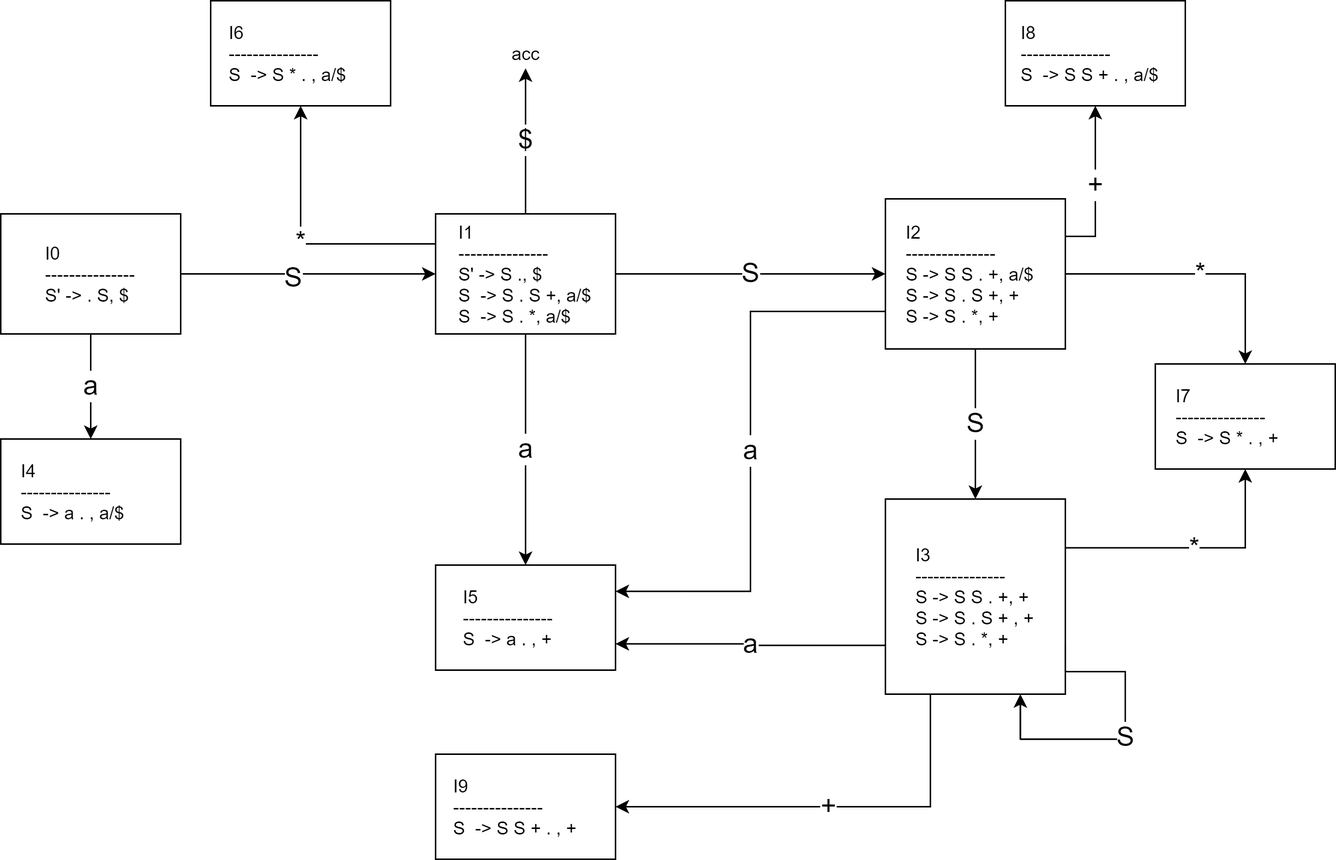
Earlier version of the draw.io export docs/hw/hw_04_03.assets/comp0403-ex2-lalr.png (chuan-325/comp-21sp). Source tidied: cells renumbered, new cells last; positions are measured from the earlier drawing's top-left corner, leaving out a move shared by most shapes.
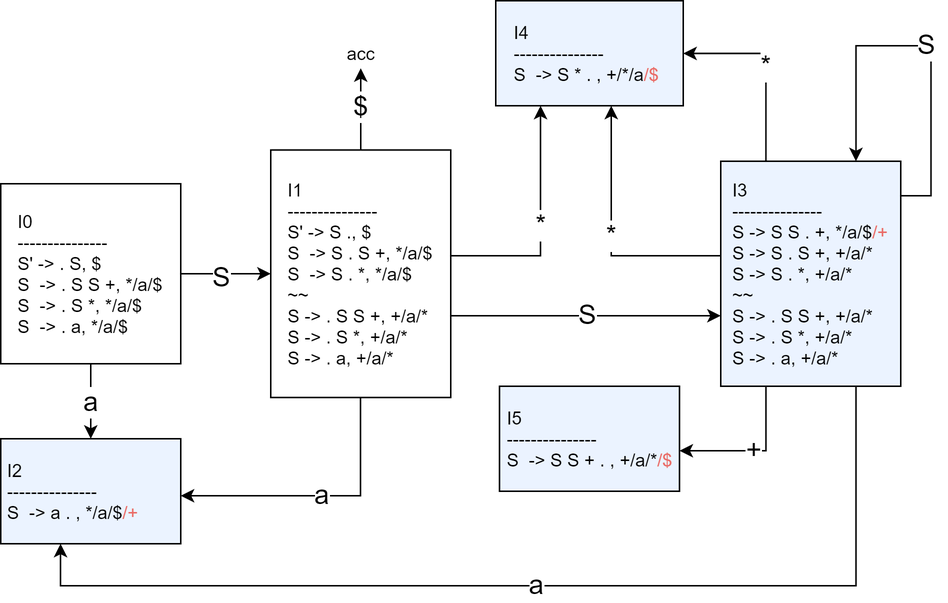
After the change.

What changed in the source:
```diff
@@ -1,95 +1,99 @@
 <mxGraphModel>
   <root>
-    <mxCell id="0" />
-    <mxCell id="1" parent="0" />
-    <mxCell id="2" value="&lt;font style=&quot;font-size: 18px&quot;&gt;a&lt;/font&gt;" style="edgeStyle=orthogonalEdgeStyle;rounded=0;jettySize=auto;html=1;" parent="1" edge="1" source="3" target="4">
-      <mxGeometry relative="1" as="geometry" />
-    </mxCell>
-    <mxCell id="3" value="&lt;div style=&quot;text-align: left&quot;&gt;&lt;span&gt;I0&lt;/span&gt;&lt;/div&gt;&lt;div style=&quot;text-align: left&quot;&gt;&lt;span&gt;---------------&lt;/span&gt;&lt;/div&gt;&lt;div style=&quot;text-align: left&quot;&gt;&lt;span&gt;&lt;div&gt;S' -&amp;gt; . S, $&lt;/div&gt;&lt;/span&gt;&lt;/div&gt;" style="rounded=0;whiteSpace=wrap;html=1;" parent="1" vertex="1">
-      <mxGeometry y="142" width="120" height="80" as="geometry" />
-    </mxCell>
-    <mxCell id="4" value="&lt;div style=&quot;text-align: left&quot;&gt;&lt;span&gt;I4&lt;/span&gt;&lt;/div&gt;&lt;div style=&quot;text-align: left&quot;&gt;&lt;span&gt;---------------&lt;/span&gt;&lt;/div&gt;&lt;div style=&quot;text-align: left&quot;&gt;&lt;span&gt;&lt;div&gt;&lt;span&gt;S&amp;nbsp; -&amp;gt; a . , a/$&amp;nbsp; &amp;nbsp; &amp;nbsp; &amp;nbsp;&lt;/span&gt;&lt;/div&gt;&lt;/span&gt;&lt;/div&gt;" style="rounded=0;whiteSpace=wrap;html=1;" parent="1" vertex="1">
-      <mxGeometry y="292" width="120" height="70" as="geometry" />
-    </mxCell>
+    <mxCell id="28" />
+    <mxCell id="29" parent="28" />
+    <mxCell id="30" value="&lt;font style=&quot;font-size: 18px&quot;&gt;a&lt;/font&gt;" style="edgeStyle=orthogonalEdgeStyle;rounded=0;jettySize=auto;html=1;" parent="29" edge="1" source="31" target="32">
+      <mxGeometry relative="1" as="geometry" />
+    </mxCell>
+    <mxCell id="31" value="&lt;div style=&quot;text-align: left&quot;&gt;&lt;span&gt;I0&lt;/span&gt;&lt;/div&gt;&lt;div style=&quot;text-align: left&quot;&gt;&lt;span&gt;---------------&lt;/span&gt;&lt;/div&gt;&lt;div style=&quot;text-align: left&quot;&gt;&lt;span&gt;&lt;div&gt;S' -&amp;gt; . S, $&lt;/div&gt;&lt;div&gt;S&amp;nbsp; -&amp;gt; . S S +, */a/$&lt;/div&gt;&lt;div&gt;S&amp;nbsp; -&amp;gt; . S *, */a/$&lt;/div&gt;&lt;div&gt;S&amp;nbsp; -&amp;gt; . a, */a/$&lt;/div&gt;&lt;/span&gt;&lt;/div&gt;" style="rounded=0;whiteSpace=wrap;html=1;" parent="29" vertex="1">
+      <mxGeometry x="110" y="122" width="120" height="120" as="geometry" />
+    </mxCell>
+    <mxCell id="32" value="&lt;div style=&quot;text-align: left&quot;&gt;&lt;span&gt;I2&lt;/span&gt;&lt;/div&gt;&lt;div style=&quot;text-align: left&quot;&gt;&lt;span&gt;---------------&lt;/span&gt;&lt;/div&gt;&lt;div style=&quot;text-align: left&quot;&gt;&lt;span&gt;&lt;div&gt;S&amp;nbsp; -&amp;gt; a . , */a/$&lt;font color=&quot;#ea6b66&quot;&gt;/+&lt;/font&gt;&amp;nbsp; &amp;nbsp; &amp;nbsp; &amp;nbsp;&lt;/div&gt;&lt;/span&gt;&lt;/div&gt;" style="rounded=0;whiteSpace=wrap;html=1;fillColor=#EBF3FF;" parent="29" vertex="1">
+      <mxGeometry x="110" y="292" width="120" height="70" as="geometry" />
+    </mxCell>
-    <mxCell id="5" value="&lt;font style=&quot;font-size: 18px&quot;&gt;$&lt;/font&gt;" style="edgeStyle=orthogonalEdgeStyle;rounded=0;jettySize=auto;html=1;" parent="1" edge="1" source="9" target="12">
+    <mxCell id="5" value="&lt;font style=&quot;font-size: 18px&quot;&gt;$&lt;/font&gt;" style="edgeStyle=orthogonalEdgeStyle;rounded=0;jettySize=auto;html=1;" parent="29" edge="1" source="36" target="12">
       <mxGeometry relative="1" as="geometry" />
     </mxCell>
-    <mxCell id="6" value="&lt;font style=&quot;font-size: 18px&quot;&gt;S&lt;/font&gt;" style="edgeStyle=orthogonalEdgeStyle;rounded=0;jettySize=auto;html=1;" parent="1" edge="1" source="9" target="17">
-      <mxGeometry relative="1" as="geometry" />
-    </mxCell>
-    <mxCell id="7" value="&lt;font style=&quot;font-size: 18px&quot;&gt;a&lt;/font&gt;" style="edgeStyle=orthogonalEdgeStyle;rounded=0;jettySize=auto;html=1;" parent="1" edge="1" source="9" target="23">
-      <mxGeometry relative="1" as="geometry" />
-    </mxCell>
-    <mxCell id="8" value="&lt;font style=&quot;font-size: 18px&quot;&gt;*&lt;/font&gt;" style="edgeStyle=orthogonalEdgeStyle;rounded=0;jettySize=auto;html=1;exitX=0;exitY=0.25;exitDx=0;exitDy=0;" parent="1" edge="1" source="9" target="24">
-      <mxGeometry relative="1" as="geometry" />
-    </mxCell>
-    <mxCell id="9" value="&lt;div style=&quot;text-align: left&quot;&gt;&lt;span&gt;I1&lt;/span&gt;&lt;/div&gt;&lt;div style=&quot;text-align: left&quot;&gt;&lt;span&gt;---------------&lt;/span&gt;&lt;/div&gt;&lt;div style=&quot;text-align: left&quot;&gt;&lt;span&gt;&lt;div&gt;S' -&amp;gt; S ., $&lt;/div&gt;&lt;div&gt;S&amp;nbsp; -&amp;gt; S . S +, a/$&lt;/div&gt;&lt;div&gt;S&amp;nbsp; -&amp;gt; S . *, a/$&lt;/div&gt;&lt;/span&gt;&lt;/div&gt;" style="rounded=0;whiteSpace=wrap;html=1;" parent="1" vertex="1">
-      <mxGeometry x="290" y="142" width="120" height="80" as="geometry" />
-    </mxCell>
-    <mxCell id="10" style="edgeStyle=orthogonalEdgeStyle;rounded=0;jettySize=auto;html=1;exitX=1;exitY=0.5;exitDx=0;exitDy=0;entryX=0;entryY=0.5;entryDx=0;entryDy=0;" parent="1" edge="1" source="3" target="9">
-      <mxGeometry relative="1" as="geometry" />
-    </mxCell>
+    <mxCell id="33" value="&lt;font style=&quot;font-size: 18px&quot;&gt;S&lt;/font&gt;" style="edgeStyle=orthogonalEdgeStyle;rounded=0;jettySize=auto;html=1;" parent="29" edge="1" source="36" target="40">
+      <mxGeometry relative="1" as="geometry">
+        <Array as="points">
+          <mxPoint x="490" y="210" />
+          <mxPoint x="490" y="210" />
+        </Array>
+      </mxGeometry>
+    </mxCell>
+    <mxCell id="34" value="&lt;font style=&quot;font-size: 18px&quot;&gt;a&lt;/font&gt;" style="edgeStyle=orthogonalEdgeStyle;rounded=0;jettySize=auto;html=1;" parent="29" edge="1" source="36" target="32">
+      <mxGeometry relative="1" as="geometry">
+        <Array as="points">
+          <mxPoint x="350" y="330" />
+        </Array>
+      </mxGeometry>
+    </mxCell>
+    <mxCell id="35" value="&lt;font style=&quot;font-size: 18px&quot;&gt;*&lt;/font&gt;" style="edgeStyle=orthogonalEdgeStyle;rounded=0;jettySize=auto;html=1;" parent="29" edge="1" source="36" target="44">
+      <mxGeometry relative="1" as="geometry">
+        <Array as="points">
+          <mxPoint x="470" y="170" />
+        </Array>
+      </mxGeometry>
+    </mxCell>
+    <mxCell id="36" value="&lt;div style=&quot;text-align: left&quot;&gt;&lt;span&gt;I1&lt;/span&gt;&lt;/div&gt;&lt;div style=&quot;text-align: left&quot;&gt;&lt;span&gt;---------------&lt;/span&gt;&lt;/div&gt;&lt;div style=&quot;text-align: left&quot;&gt;&lt;span&gt;&lt;div&gt;S' -&amp;gt; S ., $&lt;/div&gt;&lt;div&gt;S&amp;nbsp; -&amp;gt; S . S +, */a/$&lt;/div&gt;&lt;div&gt;S&amp;nbsp; -&amp;gt; S . *, */a/$&lt;/div&gt;&lt;div&gt;~~&lt;/div&gt;&lt;div&gt;S -&amp;gt; . S S +, +/a/*&lt;/div&gt;&lt;div&gt;S -&amp;gt; . S *, +/a/*&lt;/div&gt;&lt;div&gt;S -&amp;gt; . a, +/a/*&lt;/div&gt;&lt;/span&gt;&lt;/div&gt;" style="rounded=0;whiteSpace=wrap;html=1;" parent="29" vertex="1">
+      <mxGeometry x="290" y="99.5" width="120" height="165" as="geometry" />
+    </mxCell>
+    <mxCell id="37" style="edgeStyle=orthogonalEdgeStyle;rounded=0;jettySize=auto;html=1;exitX=1;exitY=0.5;exitDx=0;exitDy=0;entryX=0;entryY=0.5;entryDx=0;entryDy=0;" parent="29" edge="1" source="31" target="36">
+      <mxGeometry relative="1" as="geometry" />
+    </mxCell>
-    <mxCell id="11" value="&lt;font style=&quot;font-size: 18px&quot;&gt;S&lt;/font&gt;" style="edgeLabel;html=1;align=center;verticalAlign=middle;fontSize=18;" parent="10" vertex="1">
+    <mxCell id="11" value="&lt;font style=&quot;font-size: 18px&quot;&gt;S&lt;/font&gt;" style="edgeLabel;html=1;align=center;verticalAlign=middle;fontSize=18;" parent="37" vertex="1">
       <mxGeometry x="-0.13" y="-2" relative="1" as="geometry" />
     </mxCell>
-    <mxCell id="12" value="acc" style="text;html=1;align=center;verticalAlign=middle;points=[];" parent="1" vertex="1">
+    <mxCell id="12" value="acc" style="text;html=1;align=center;verticalAlign=middle;points=[];" parent="29" vertex="1">
       <mxGeometry x="335" y="25" width="30" height="20" as="geometry" />
     </mxCell>
-    <mxCell id="13" value="&lt;font style=&quot;font-size: 18px&quot;&gt;S&lt;/font&gt;" style="edgeStyle=orthogonalEdgeStyle;rounded=0;jettySize=auto;html=1;" parent="1" edge="1" source="17" target="21">
-      <mxGeometry relative="1" as="geometry" />
-    </mxCell>
-    <mxCell id="14" value="&lt;font style=&quot;font-size: 18px&quot;&gt;a&lt;/font&gt;" style="edgeStyle=orthogonalEdgeStyle;rounded=0;jettySize=auto;html=1;exitX=0;exitY=0.75;exitDx=0;exitDy=0;entryX=1;entryY=0.25;entryDx=0;entryDy=0;" parent="1" edge="1" source="17" target="23">
-      <mxGeometry relative="1" as="geometry" />
-    </mxCell>
-    <mxCell id="15" value="&lt;font style=&quot;font-size: 18px&quot;&gt;*&lt;/font&gt;" style="edgeStyle=orthogonalEdgeStyle;rounded=0;jettySize=auto;html=1;exitX=1;exitY=0.5;exitDx=0;exitDy=0;entryX=0.5;entryY=0;entryDx=0;entryDy=0;" parent="1" edge="1" source="17" target="25">
-      <mxGeometry relative="1" as="geometry" />
-    </mxCell>
-    <mxCell id="16" value="&lt;font style=&quot;font-size: 18px&quot;&gt;+&lt;/font&gt;" style="edgeStyle=orthogonalEdgeStyle;rounded=0;jettySize=auto;html=1;exitX=1;exitY=0.25;exitDx=0;exitDy=0;" parent="1" edge="1" source="17" target="26">
-      <mxGeometry relative="1" as="geometry" />
-    </mxCell>
-    <mxCell id="17" value="&lt;div style=&quot;text-align: left&quot;&gt;&lt;span&gt;I2&lt;/span&gt;&lt;/div&gt;&lt;div style=&quot;text-align: left&quot;&gt;&lt;span&gt;---------------&lt;/span&gt;&lt;/div&gt;&lt;div style=&quot;text-align: left&quot;&gt;&lt;span&gt;&lt;div&gt;S -&amp;gt; S S . +, a/$&amp;nbsp;&amp;nbsp;&lt;/div&gt;&lt;div&gt;S -&amp;gt; S . S +, +&lt;/div&gt;&lt;div&gt;&lt;span&gt;S -&amp;gt; S . *, +&lt;/span&gt;&lt;/div&gt;&lt;/span&gt;&lt;/div&gt;" style="rounded=0;whiteSpace=wrap;html=1;" parent="1" vertex="1">
-      <mxGeometry x="590" y="132" width="120" height="100" as="geometry" />
-    </mxCell>
-    <mxCell id="18" value="&lt;font style=&quot;font-size: 18px&quot;&gt;a&lt;/font&gt;" style="edgeStyle=orthogonalEdgeStyle;rounded=0;jettySize=auto;html=1;exitX=0;exitY=0.75;exitDx=0;exitDy=0;entryX=1;entryY=0.75;entryDx=0;entryDy=0;" parent="1" edge="1" source="21" target="23">
-      <mxGeometry relative="1" as="geometry" />
-    </mxCell>
-    <mxCell id="19" value="&lt;font style=&quot;font-size: 18px&quot;&gt;*&lt;/font&gt;" style="edgeStyle=orthogonalEdgeStyle;rounded=0;jettySize=auto;html=1;exitX=1;exitY=0.25;exitDx=0;exitDy=0;entryX=0.5;entryY=1;entryDx=0;entryDy=0;" parent="1" edge="1" source="21" target="25">
-      <mxGeometry relative="1" as="geometry" />
-    </mxCell>
-    <mxCell id="20" value="&lt;font style=&quot;font-size: 18px&quot;&gt;+&lt;/font&gt;" style="edgeStyle=orthogonalEdgeStyle;rounded=0;jettySize=auto;html=1;exitX=0.25;exitY=1;exitDx=0;exitDy=0;entryX=1;entryY=0.5;entryDx=0;entryDy=0;" parent="1" edge="1" source="21" target="27">
-      <mxGeometry relative="1" as="geometry">
-        <Array as="points">
-          <mxPoint x="620" y="537" />
-        </Array>
-      </mxGeometry>
-    </mxCell>
-    <mxCell id="21" value="&lt;div style=&quot;text-align: left&quot;&gt;&lt;span&gt;I3&lt;/span&gt;&lt;/div&gt;&lt;div style=&quot;text-align: left&quot;&gt;&lt;span&gt;---------------&lt;/span&gt;&lt;/div&gt;&lt;div style=&quot;text-align: left&quot;&gt;&lt;span&gt;&lt;div&gt;S -&amp;gt; S S . +, +&lt;/div&gt;&lt;div&gt;S -&amp;gt; S . S + , +&lt;/div&gt;&lt;div&gt;S -&amp;gt; S . *, +&lt;/div&gt;&lt;/span&gt;&lt;/div&gt;" style="rounded=0;whiteSpace=wrap;html=1;" parent="1" vertex="1">
-      <mxGeometry x="590" y="332" width="120" height="130" as="geometry" />
-    </mxCell>
-    <mxCell id="22" value="&lt;font style=&quot;font-size: 18px&quot;&gt;S&lt;/font&gt;" style="edgeStyle=orthogonalEdgeStyle;rounded=0;orthogonalLoop=1;jettySize=auto;html=1;exitX=1;exitY=0.75;exitDx=0;exitDy=0;entryX=0.75;entryY=1;entryDx=0;entryDy=0;" parent="1" edge="1" source="21" target="21">
-      <mxGeometry relative="1" as="geometry">
-        <Array as="points">
-          <mxPoint x="710" y="447" />
-          <mxPoint x="750" y="447" />
-          <mxPoint x="750" y="492" />
-          <mxPoint x="680" y="492" />
-        </Array>
-      </mxGeometry>
-    </mxCell>
-    <mxCell id="23" value="&lt;div style=&quot;text-align: left&quot;&gt;&lt;span&gt;I5&lt;/span&gt;&lt;/div&gt;&lt;div style=&quot;text-align: left&quot;&gt;&lt;span&gt;---------------&lt;/span&gt;&lt;/div&gt;&lt;div style=&quot;text-align: left&quot;&gt;&lt;span&gt;&lt;div&gt;&lt;span&gt;S&amp;nbsp; -&amp;gt; a . , +&amp;nbsp; &amp;nbsp; &amp;nbsp; &amp;nbsp;&lt;/span&gt;&lt;/div&gt;&lt;/span&gt;&lt;/div&gt;" style="rounded=0;whiteSpace=wrap;html=1;" parent="1" vertex="1">
-      <mxGeometry x="290" y="376" width="120" height="70" as="geometry" />
-    </mxCell>
-    <mxCell id="24" value="&lt;div style=&quot;text-align: left&quot;&gt;&lt;span&gt;I6&lt;/span&gt;&lt;/div&gt;&lt;div style=&quot;text-align: left&quot;&gt;&lt;span&gt;---------------&lt;/span&gt;&lt;/div&gt;&lt;div style=&quot;text-align: left&quot;&gt;&lt;span&gt;&lt;div&gt;&lt;span&gt;S&amp;nbsp; -&amp;gt; S * . , a/$&amp;nbsp; &amp;nbsp; &amp;nbsp;&lt;/span&gt;&lt;/div&gt;&lt;/span&gt;&lt;/div&gt;" style="rounded=0;whiteSpace=wrap;html=1;" parent="1" vertex="1">
-      <mxGeometry x="140" width="120" height="70" as="geometry" />
-    </mxCell>
-    <mxCell id="25" value="&lt;div style=&quot;text-align: left&quot;&gt;&lt;span&gt;I7&lt;/span&gt;&lt;/div&gt;&lt;div style=&quot;text-align: left&quot;&gt;&lt;span&gt;---------------&lt;/span&gt;&lt;/div&gt;&lt;div style=&quot;text-align: left&quot;&gt;&lt;span&gt;&lt;div&gt;&lt;span&gt;S&amp;nbsp; -&amp;gt; S * . , +&amp;nbsp; &amp;nbsp; &amp;nbsp; &amp;nbsp;&lt;/span&gt;&lt;/div&gt;&lt;/span&gt;&lt;/div&gt;" style="rounded=0;whiteSpace=wrap;html=1;" parent="1" vertex="1">
-      <mxGeometry x="770" y="242" width="120" height="70" as="geometry" />
-    </mxCell>
-    <mxCell id="26" value="&lt;div style=&quot;text-align: left&quot;&gt;&lt;span&gt;I8&lt;/span&gt;&lt;/div&gt;&lt;div style=&quot;text-align: left&quot;&gt;&lt;span&gt;---------------&lt;/span&gt;&lt;/div&gt;&lt;div style=&quot;text-align: left&quot;&gt;&lt;span&gt;&lt;div&gt;&lt;span&gt;S&amp;nbsp; -&amp;gt; S S + . , a/$&amp;nbsp;&amp;nbsp;&lt;/span&gt;&lt;/div&gt;&lt;/span&gt;&lt;/div&gt;" style="rounded=0;whiteSpace=wrap;html=1;" parent="1" vertex="1">
-      <mxGeometry x="670" width="120" height="70" as="geometry" />
-    </mxCell>
-    <mxCell id="27" value="&lt;div style=&quot;text-align: left&quot;&gt;&lt;span&gt;I9&lt;/span&gt;&lt;/div&gt;&lt;div style=&quot;text-align: left&quot;&gt;&lt;span&gt;---------------&lt;/span&gt;&lt;/div&gt;&lt;div style=&quot;text-align: left&quot;&gt;&lt;span&gt;&lt;div&gt;&lt;span&gt;S&amp;nbsp; -&amp;gt; S S + . , +&amp;nbsp; &amp;nbsp;&amp;nbsp;&lt;/span&gt;&lt;/div&gt;&lt;/span&gt;&lt;/div&gt;" style="rounded=0;whiteSpace=wrap;html=1;" parent="1" vertex="1">
-      <mxGeometry x="290" y="502" width="120" height="70" as="geometry" />
-    </mxCell>
+    <mxCell id="38" value="&lt;font style=&quot;font-size: 18px&quot;&gt;S&lt;/font&gt;" style="edgeStyle=orthogonalEdgeStyle;rounded=0;orthogonalLoop=1;jettySize=auto;html=1;" parent="29" edge="1" source="40" target="40">
+      <mxGeometry relative="1" as="geometry">
+        <Array as="points">
+          <mxPoint x="730" y="130" />
+          <mxPoint x="730" y="30" />
+          <mxPoint x="680" y="30" />
+        </Array>
+      </mxGeometry>
+    </mxCell>
+    <mxCell id="39" value="&lt;font style=&quot;font-size: 18px&quot;&gt;*&lt;/font&gt;" style="edgeStyle=orthogonalEdgeStyle;rounded=0;jettySize=auto;html=1;" parent="29" edge="1" source="40" target="44">
+      <mxGeometry relative="1" as="geometry">
+        <Array as="points">
+          <mxPoint x="517" y="170" />
+        </Array>
+      </mxGeometry>
+    </mxCell>
+    <mxCell id="40" value="&lt;div style=&quot;text-align: left&quot;&gt;&lt;span&gt;I3&lt;/span&gt;&lt;/div&gt;&lt;div style=&quot;text-align: left&quot;&gt;&lt;span&gt;---------------&lt;/span&gt;&lt;/div&gt;&lt;div style=&quot;text-align: left&quot;&gt;&lt;span&gt;S -&amp;gt; S S . +, */a/$&lt;font color=&quot;#ea6b66&quot;&gt;/+&lt;/font&gt;&lt;/span&gt;&lt;/div&gt;&lt;div style=&quot;text-align: left&quot;&gt;&lt;span&gt;&lt;div&gt;&lt;span&gt;S -&amp;gt; S . S +, +/a/*&lt;/span&gt;&lt;/div&gt;&lt;div&gt;&lt;span&gt;S -&amp;gt; S . *, +/a/*&lt;/span&gt;&lt;/div&gt;&lt;div&gt;~~&lt;/div&gt;&lt;div&gt;&lt;div&gt;S -&amp;gt; . S S +, +/a/*&lt;/div&gt;&lt;div&gt;S -&amp;gt; . S *, +/a/*&lt;/div&gt;&lt;div&gt;S -&amp;gt; . a, +/a/*&lt;/div&gt;&lt;/div&gt;&lt;/span&gt;&lt;/div&gt;" style="rounded=0;whiteSpace=wrap;html=1;fillColor=#EBF3FF;" parent="29" vertex="1">
+      <mxGeometry x="590" y="107" width="120" height="150" as="geometry" />
+    </mxCell>
+    <mxCell id="41" value="&lt;font style=&quot;font-size: 18px&quot;&gt;a&lt;/font&gt;" style="edgeStyle=orthogonalEdgeStyle;rounded=0;jettySize=auto;html=1;" parent="29" edge="1" source="40" target="32">
+      <mxGeometry relative="1" as="geometry">
+        <Array as="points">
+          <mxPoint x="680" y="390" />
+          <mxPoint x="150" y="390" />
+        </Array>
+      </mxGeometry>
+    </mxCell>
+    <mxCell id="42" value="&lt;font style=&quot;font-size: 18px&quot;&gt;*&lt;/font&gt;" style="edgeStyle=orthogonalEdgeStyle;rounded=0;jettySize=auto;html=1;" parent="29" edge="1" source="40" target="44">
+      <mxGeometry relative="1" as="geometry">
+        <Array as="points">
+          <mxPoint x="620" y="35" />
+        </Array>
+      </mxGeometry>
+    </mxCell>
+    <mxCell id="43" value="&lt;font style=&quot;font-size: 18px&quot;&gt;+&lt;/font&gt;" style="edgeStyle=orthogonalEdgeStyle;rounded=0;jettySize=auto;html=1;" parent="29" edge="1" source="40" target="45">
+      <mxGeometry relative="1" as="geometry">
+        <Array as="points">
+          <mxPoint x="620" y="300" />
+        </Array>
+      </mxGeometry>
+    </mxCell>
+    <mxCell id="44" value="&lt;div style=&quot;text-align: left&quot;&gt;&lt;span&gt;I4&lt;/span&gt;&lt;/div&gt;&lt;div style=&quot;text-align: left&quot;&gt;&lt;span&gt;---------------&lt;/span&gt;&lt;/div&gt;&lt;div style=&quot;text-align: left&quot;&gt;&lt;span&gt;&lt;div&gt;S&amp;nbsp; -&amp;gt; S * . , +/*/a&lt;font color=&quot;#ea6b66&quot;&gt;/$&lt;/font&gt;&amp;nbsp;&lt;/div&gt;&lt;/span&gt;&lt;/div&gt;" style="rounded=0;whiteSpace=wrap;html=1;fillColor=#EBF3FF;" parent="29" vertex="1">
+      <mxGeometry x="440" width="125" height="70" as="geometry" />
+    </mxCell>
+    <mxCell id="45" value="&lt;div style=&quot;text-align: left&quot;&gt;&lt;span&gt;I5&lt;/span&gt;&lt;/div&gt;&lt;div style=&quot;text-align: left&quot;&gt;&lt;span&gt;---------------&lt;/span&gt;&lt;/div&gt;&lt;div style=&quot;text-align: left&quot;&gt;&lt;span&gt;&lt;div&gt;S&amp;nbsp; -&amp;gt; S S + . , +/a/*&lt;font color=&quot;#ea6b66&quot;&gt;/$&lt;/font&gt;&lt;/div&gt;&lt;/span&gt;&lt;/div&gt;" style="rounded=0;whiteSpace=wrap;html=1;fillColor=#EBF3FF;" parent="29" vertex="1">
+      <mxGeometry x="442.5" y="257" width="120" height="70" as="geometry" />
+    </mxCell>
   </root>
 </mxGraphModel>
```
